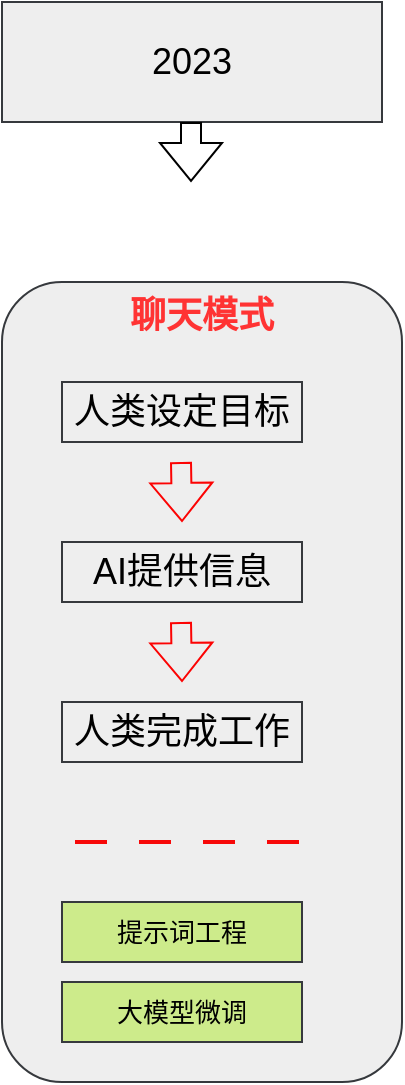
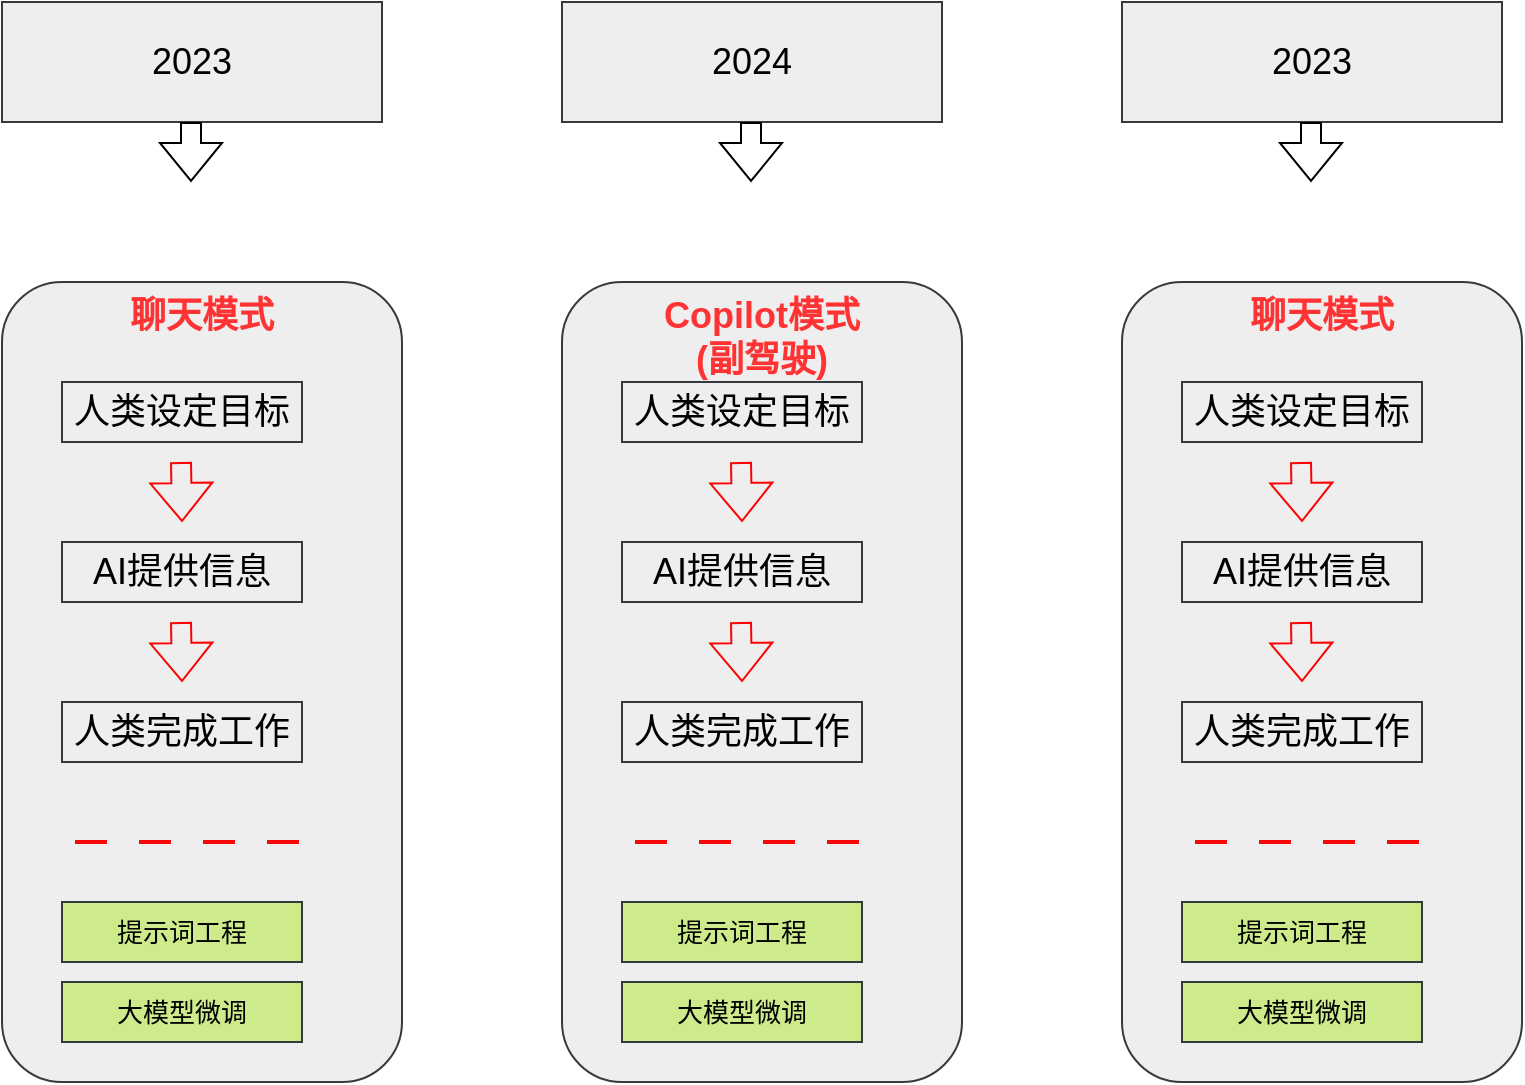
<mxfile host="app.diagrams.net" agent="Mozilla/5.0 (Windows NT 10.0; Win64; x64) AppleWebKit/537.36 (KHTML, like Gecko) Chrome/149.0.0.0 Safari/537.36" version="29.3.8">
  <diagram name="第 1 页" id="7iUjuzRwtiFaetuZ74gV">
    <mxGraphModel dx="1213" dy="623" grid="1" gridSize="10" guides="1" tooltips="1" connect="1" arrows="1" fold="1" page="1" pageScale="1" pageWidth="827" pageHeight="1169" math="0" shadow="0">
      <root>
        <mxCell id="0" />
        <mxCell id="1" parent="0" />
        <mxCell id="ozpnjXxnwk4dyDXHVLY--1" parent="1" style="rounded=0;whiteSpace=wrap;html=1;fillColor=#eeeeee;strokeColor=#36393d;fontSize=18;" value="2023" vertex="1">
          <mxGeometry height="60" width="190" x="70" y="120" as="geometry" />
        </mxCell>
        <mxCell id="ozpnjXxnwk4dyDXHVLY--2" edge="1" parent="1" style="shape=flexArrow;endArrow=classic;html=1;rounded=0;" value="">
          <mxGeometry height="50" relative="1" width="50" as="geometry">
            <mxPoint x="164.5" y="180" as="sourcePoint" />
            <mxPoint x="164.5" y="210" as="targetPoint" />
          </mxGeometry>
        </mxCell>
        <mxCell id="ozpnjXxnwk4dyDXHVLY--3" parent="1" style="rounded=1;whiteSpace=wrap;html=1;verticalAlign=top;fillColor=#eeeeee;strokeColor=#36393d;" value="&lt;font style=&quot;color: rgb(255, 51, 51); font-size: 18px;&quot;&gt;&lt;b&gt;聊天模式&lt;/b&gt;&lt;/font&gt;" vertex="1">
          <mxGeometry height="400" width="200" x="70" y="260" as="geometry" />
        </mxCell>
        <mxCell id="ozpnjXxnwk4dyDXHVLY--4" parent="1" style="rounded=0;whiteSpace=wrap;html=1;fillColor=#eeeeee;strokeColor=#36393d;fontSize=18;" value="人类设定目标" vertex="1">
          <mxGeometry height="30" width="120" x="100" y="310" as="geometry" />
        </mxCell>
        <mxCell id="ozpnjXxnwk4dyDXHVLY--5" edge="1" parent="1" style="shape=flexArrow;endArrow=classic;html=1;rounded=0;labelBorderColor=light-dark(#FF3333,#EDEDED);fontColor=light-dark(#FF3333,#FF3333);strokeColor=light-dark(#fc0303, #ededed);" value="">
          <mxGeometry height="50" relative="1" width="50" as="geometry">
            <mxPoint x="159.5" y="350" as="sourcePoint" />
            <mxPoint x="160" y="380" as="targetPoint" />
          </mxGeometry>
        </mxCell>
        <mxCell id="ozpnjXxnwk4dyDXHVLY--8" parent="1" style="rounded=0;whiteSpace=wrap;html=1;fillColor=#eeeeee;strokeColor=#36393d;fontSize=18;" value="AI提供信息" vertex="1">
          <mxGeometry height="30" width="120" x="100" y="390" as="geometry" />
        </mxCell>
        <mxCell id="ozpnjXxnwk4dyDXHVLY--9" edge="1" parent="1" style="shape=flexArrow;endArrow=classic;html=1;rounded=0;labelBorderColor=light-dark(#FF3333,#EDEDED);fontColor=light-dark(#FF3333,#FF3333);strokeColor=light-dark(#fc0303, #ededed);" value="">
          <mxGeometry height="50" relative="1" width="50" as="geometry">
            <mxPoint x="159.5" y="430" as="sourcePoint" />
            <mxPoint x="160" y="460" as="targetPoint" />
          </mxGeometry>
        </mxCell>
        <mxCell id="ozpnjXxnwk4dyDXHVLY--10" parent="1" style="rounded=0;whiteSpace=wrap;html=1;fillColor=#eeeeee;strokeColor=#36393d;fontSize=18;" value="人类完成工作" vertex="1">
          <mxGeometry height="30" width="120" x="100" y="470" as="geometry" />
        </mxCell>
        <mxCell id="ozpnjXxnwk4dyDXHVLY--11" edge="1" parent="1" style="endArrow=none;dashed=1;html=1;dashPattern=8 8;strokeWidth=2;rounded=0;exitX=0.015;exitY=0.648;exitDx=0;exitDy=0;exitPerimeter=0;strokeColor=light-dark(#f70808, #ededed);" value="">
          <mxGeometry height="50" relative="1" width="50" as="geometry">
            <mxPoint x="106.5" y="540" as="sourcePoint" />
            <mxPoint x="220" y="540" as="targetPoint" />
          </mxGeometry>
        </mxCell>
        <mxCell id="ozpnjXxnwk4dyDXHVLY--12" parent="1" style="rounded=0;whiteSpace=wrap;html=1;fillColor=#cdeb8b;strokeColor=#36393d;fontSize=13;" value="提示词工程" vertex="1">
          <mxGeometry height="30" width="120" x="100" y="570" as="geometry" />
        </mxCell>
        <mxCell id="ozpnjXxnwk4dyDXHVLY--13" parent="1" style="rounded=0;whiteSpace=wrap;html=1;fillColor=#cdeb8b;strokeColor=#36393d;fontSize=13;" value="大模型微调" vertex="1">
          <mxGeometry height="30" width="120" x="100" y="610" as="geometry" />
        </mxCell>
+         <mxCell id="ukkWqLVhmbQfhxU0gFEe-1" parent="1" style="rounded=0;whiteSpace=wrap;html=1;fillColor=#eeeeee;strokeColor=#36393d;fontSize=18;" value="2024" vertex="1">
+           <mxGeometry height="60" width="190" x="350" y="120" as="geometry" />
+         </mxCell>
+         <mxCell id="ukkWqLVhmbQfhxU0gFEe-2" edge="1" parent="1" style="shape=flexArrow;endArrow=classic;html=1;rounded=0;" value="">
+           <mxGeometry height="50" relative="1" width="50" as="geometry">
+             <mxPoint x="444.5" y="180" as="sourcePoint" />
+             <mxPoint x="444.5" y="210" as="targetPoint" />
+           </mxGeometry>
+         </mxCell>
+         <mxCell id="ukkWqLVhmbQfhxU0gFEe-3" parent="1" style="rounded=1;whiteSpace=wrap;html=1;verticalAlign=top;fillColor=#eeeeee;strokeColor=#36393d;" value="&lt;font style=&quot;color: rgb(255, 51, 51); font-size: 18px;&quot;&gt;&lt;b&gt;Copilot模式&lt;/b&gt;&lt;/font&gt;&lt;div&gt;&lt;font style=&quot;color: rgb(255, 51, 51); font-size: 18px;&quot;&gt;&lt;b&gt;(副驾驶)&lt;/b&gt;&lt;/font&gt;&lt;/div&gt;" vertex="1">
+           <mxGeometry height="400" width="200" x="350" y="260" as="geometry" />
+         </mxCell>
+         <mxCell id="ukkWqLVhmbQfhxU0gFEe-4" parent="1" style="rounded=0;whiteSpace=wrap;html=1;fillColor=#eeeeee;strokeColor=#36393d;fontSize=18;" value="人类设定目标" vertex="1">
+           <mxGeometry height="30" width="120" x="380" y="310" as="geometry" />
+         </mxCell>
+         <mxCell id="ukkWqLVhmbQfhxU0gFEe-5" edge="1" parent="1" style="shape=flexArrow;endArrow=classic;html=1;rounded=0;labelBorderColor=light-dark(#FF3333,#EDEDED);fontColor=light-dark(#FF3333,#FF3333);strokeColor=light-dark(#fc0303, #ededed);" value="">
+           <mxGeometry height="50" relative="1" width="50" as="geometry">
+             <mxPoint x="439.5" y="350" as="sourcePoint" />
+             <mxPoint x="440" y="380" as="targetPoint" />
+           </mxGeometry>
+         </mxCell>
+         <mxCell id="ukkWqLVhmbQfhxU0gFEe-6" parent="1" style="rounded=0;whiteSpace=wrap;html=1;fillColor=#eeeeee;strokeColor=#36393d;fontSize=18;" value="AI提供信息" vertex="1">
+           <mxGeometry height="30" width="120" x="380" y="390" as="geometry" />
+         </mxCell>
+         <mxCell id="ukkWqLVhmbQfhxU0gFEe-7" edge="1" parent="1" style="shape=flexArrow;endArrow=classic;html=1;rounded=0;labelBorderColor=light-dark(#FF3333,#EDEDED);fontColor=light-dark(#FF3333,#FF3333);strokeColor=light-dark(#fc0303, #ededed);" value="">
+           <mxGeometry height="50" relative="1" width="50" as="geometry">
+             <mxPoint x="439.5" y="430" as="sourcePoint" />
+             <mxPoint x="440" y="460" as="targetPoint" />
+           </mxGeometry>
+         </mxCell>
+         <mxCell id="ukkWqLVhmbQfhxU0gFEe-8" parent="1" style="rounded=0;whiteSpace=wrap;html=1;fillColor=#eeeeee;strokeColor=#36393d;fontSize=18;" value="人类完成工作" vertex="1">
+           <mxGeometry height="30" width="120" x="380" y="470" as="geometry" />
+         </mxCell>
+         <mxCell id="ukkWqLVhmbQfhxU0gFEe-9" edge="1" parent="1" style="endArrow=none;dashed=1;html=1;dashPattern=8 8;strokeWidth=2;rounded=0;exitX=0.015;exitY=0.648;exitDx=0;exitDy=0;exitPerimeter=0;strokeColor=light-dark(#f70808, #ededed);" value="">
+           <mxGeometry height="50" relative="1" width="50" as="geometry">
+             <mxPoint x="386.5" y="540" as="sourcePoint" />
+             <mxPoint x="500" y="540" as="targetPoint" />
+           </mxGeometry>
+         </mxCell>
+         <mxCell id="ukkWqLVhmbQfhxU0gFEe-10" parent="1" style="rounded=0;whiteSpace=wrap;html=1;fillColor=#cdeb8b;strokeColor=#36393d;fontSize=13;" value="提示词工程" vertex="1">
+           <mxGeometry height="30" width="120" x="380" y="570" as="geometry" />
+         </mxCell>
+         <mxCell id="ukkWqLVhmbQfhxU0gFEe-11" parent="1" style="rounded=0;whiteSpace=wrap;html=1;fillColor=#cdeb8b;strokeColor=#36393d;fontSize=13;" value="大模型微调" vertex="1">
+           <mxGeometry height="30" width="120" x="380" y="610" as="geometry" />
+         </mxCell>
+         <mxCell id="ukkWqLVhmbQfhxU0gFEe-12" parent="1" style="rounded=0;whiteSpace=wrap;html=1;fillColor=#eeeeee;strokeColor=#36393d;fontSize=18;" value="2023" vertex="1">
+           <mxGeometry height="60" width="190" x="630" y="120" as="geometry" />
+         </mxCell>
+         <mxCell id="ukkWqLVhmbQfhxU0gFEe-13" edge="1" parent="1" style="shape=flexArrow;endArrow=classic;html=1;rounded=0;" value="">
+           <mxGeometry height="50" relative="1" width="50" as="geometry">
+             <mxPoint x="724.5" y="180" as="sourcePoint" />
+             <mxPoint x="724.5" y="210" as="targetPoint" />
+           </mxGeometry>
+         </mxCell>
+         <mxCell id="ukkWqLVhmbQfhxU0gFEe-14" parent="1" style="rounded=1;whiteSpace=wrap;html=1;verticalAlign=top;fillColor=#eeeeee;strokeColor=#36393d;" value="&lt;font style=&quot;color: rgb(255, 51, 51); font-size: 18px;&quot;&gt;&lt;b&gt;聊天模式&lt;/b&gt;&lt;/font&gt;" vertex="1">
+           <mxGeometry height="400" width="200" x="630" y="260" as="geometry" />
+         </mxCell>
+         <mxCell id="ukkWqLVhmbQfhxU0gFEe-15" parent="1" style="rounded=0;whiteSpace=wrap;html=1;fillColor=#eeeeee;strokeColor=#36393d;fontSize=18;" value="人类设定目标" vertex="1">
+           <mxGeometry height="30" width="120" x="660" y="310" as="geometry" />
+         </mxCell>
+         <mxCell id="ukkWqLVhmbQfhxU0gFEe-16" edge="1" parent="1" style="shape=flexArrow;endArrow=classic;html=1;rounded=0;labelBorderColor=light-dark(#FF3333,#EDEDED);fontColor=light-dark(#FF3333,#FF3333);strokeColor=light-dark(#fc0303, #ededed);" value="">
+           <mxGeometry height="50" relative="1" width="50" as="geometry">
+             <mxPoint x="719.5" y="350" as="sourcePoint" />
+             <mxPoint x="720" y="380" as="targetPoint" />
+           </mxGeometry>
+         </mxCell>
+         <mxCell id="ukkWqLVhmbQfhxU0gFEe-17" parent="1" style="rounded=0;whiteSpace=wrap;html=1;fillColor=#eeeeee;strokeColor=#36393d;fontSize=18;" value="AI提供信息" vertex="1">
+           <mxGeometry height="30" width="120" x="660" y="390" as="geometry" />
+         </mxCell>
+         <mxCell id="ukkWqLVhmbQfhxU0gFEe-18" edge="1" parent="1" style="shape=flexArrow;endArrow=classic;html=1;rounded=0;labelBorderColor=light-dark(#FF3333,#EDEDED);fontColor=light-dark(#FF3333,#FF3333);strokeColor=light-dark(#fc0303, #ededed);" value="">
+           <mxGeometry height="50" relative="1" width="50" as="geometry">
+             <mxPoint x="719.5" y="430" as="sourcePoint" />
+             <mxPoint x="720" y="460" as="targetPoint" />
+           </mxGeometry>
+         </mxCell>
+         <mxCell id="ukkWqLVhmbQfhxU0gFEe-19" parent="1" style="rounded=0;whiteSpace=wrap;html=1;fillColor=#eeeeee;strokeColor=#36393d;fontSize=18;" value="人类完成工作" vertex="1">
+           <mxGeometry height="30" width="120" x="660" y="470" as="geometry" />
+         </mxCell>
+         <mxCell id="ukkWqLVhmbQfhxU0gFEe-20" edge="1" parent="1" style="endArrow=none;dashed=1;html=1;dashPattern=8 8;strokeWidth=2;rounded=0;exitX=0.015;exitY=0.648;exitDx=0;exitDy=0;exitPerimeter=0;strokeColor=light-dark(#f70808, #ededed);" value="">
+           <mxGeometry height="50" relative="1" width="50" as="geometry">
+             <mxPoint x="666.5" y="540" as="sourcePoint" />
+             <mxPoint x="780" y="540" as="targetPoint" />
+           </mxGeometry>
+         </mxCell>
+         <mxCell id="ukkWqLVhmbQfhxU0gFEe-21" parent="1" style="rounded=0;whiteSpace=wrap;html=1;fillColor=#cdeb8b;strokeColor=#36393d;fontSize=13;" value="提示词工程" vertex="1">
+           <mxGeometry height="30" width="120" x="660" y="570" as="geometry" />
+         </mxCell>
+         <mxCell id="ukkWqLVhmbQfhxU0gFEe-22" parent="1" style="rounded=0;whiteSpace=wrap;html=1;fillColor=#cdeb8b;strokeColor=#36393d;fontSize=13;" value="大模型微调" vertex="1">
+           <mxGeometry height="30" width="120" x="660" y="610" as="geometry" />
+         </mxCell>
      </root>
    </mxGraphModel>
  </diagram>
</mxfile>
